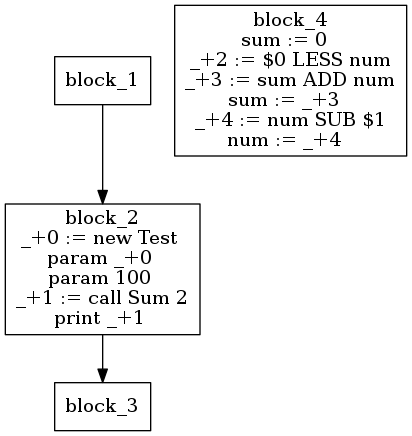
Before: assignment_3/ir.png, a diagram exported from Graphviz (DahVoid/DV1655). Its source is kept beside it as assignment_3/ir.dot. The source it was exported from:
```dot
digraph G {
node [shape = box];
block_1 [label="block_1
"];
block_1 -> block_2;
block_2 [label="block_2
_+0 := new Test
param _+0
param 100
_+1 := call Sum 2
print _+1
"];
block_2 -> block_3;
block_3 [label="block_3
"];
block_4 [label="block_4
sum := 0
_+2 := $0 LESS num
_+3 := sum ADD num
sum := _+3
_+4 := num SUB $1
num := _+4
"];
}
```
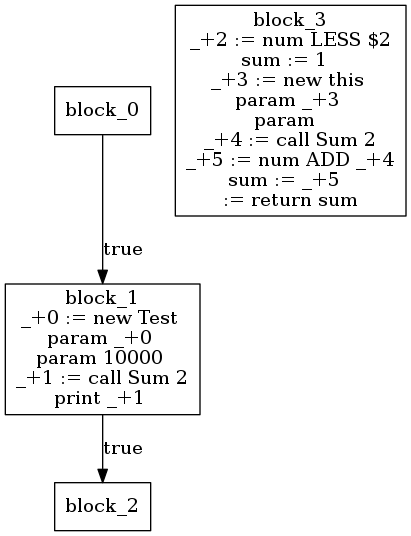
After the commit.

Commit message:
While and return

What changed in the source:
```diff
@@ -1,24 +1,27 @@
 digraph G {
 node [shape = box];
+block_0 [label="block_0
+"];
+block_0 -> block_1 [ label="true"];
 block_1 [label="block_1
-"];
-block_1 -> block_2;
-block_2 [label="block_2
 _+0 := new Test
 param _+0
-param 100
+param 10000
 _+1 := call Sum 2
 print _+1
 "];
-block_2 -> block_3;
+block_1 -> block_2 [ label="true"];
+block_2 [label="block_2
+"];
 block_3 [label="block_3
-"];
-block_4 [label="block_4
-sum := 0
-_+2 := $0 LESS num
-_+3 := sum ADD num
-sum := _+3
-_+4 := num SUB $1
-num := _+4
+_+2 := num LESS $2
+sum := 1
+_+3 := new this
+param _+3
+param
+_+4 := call Sum 2
+_+5 := num ADD _+4
+sum := _+5
+ := return sum
 "];
 }
```
